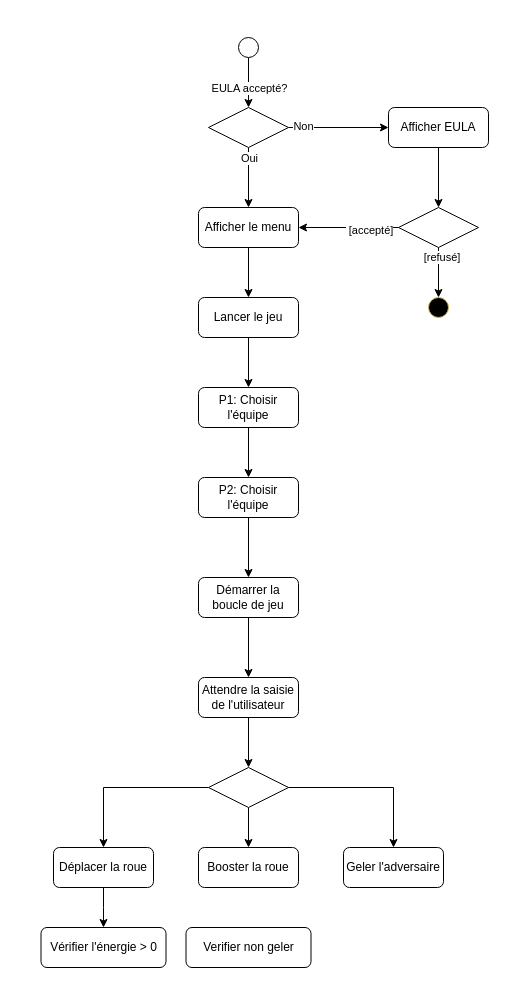
This is GameLoopActivityDiagram.drawio from nsy115-11404f/modelisation, a draw.io file, before an edit. Source tidied: cells renumbered, new cells numbered last; positions are measured from the earlier drawing's top-left corner, leaving out a move shared by most shapes. Both pictures are drawn from the tidied source at 100%, with x=0, y=0 at pixel (40, 37).
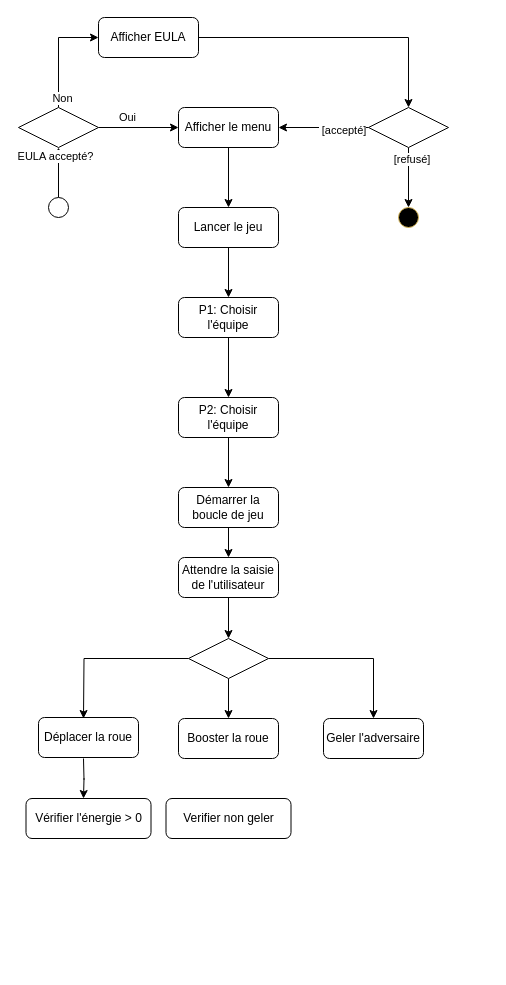
The same page after the edit.

The edit, as a diff of the source:
```diff
@@
     <mxCell id="4" style="ellipse;whiteSpace=wrap;html=1;" parent="1" vertex="1">
-      <mxGeometry x="198" width="20" height="20" as="geometry" />
+      <mxGeometry x="8" y="160" width="20" height="20" as="geometry" />
     </mxCell>
@@
     <mxCell id="9" style="rhombus;whiteSpace=wrap;html=1;" parent="1" vertex="1">
-      <mxGeometry x="168" y="70" width="80" height="40" as="geometry" />
+      <mxGeometry x="-22" y="70" width="80" height="40" as="geometry" />
     </mxCell>
@@
     <mxCell id="11" value="Afficher EULA" style="rounded=1;whiteSpace=wrap;html=1;" parent="1" vertex="1">
-      <mxGeometry x="348" y="70" width="100" height="40" as="geometry" />
+      <mxGeometry x="58" y="-20" width="100" height="40" as="geometry" />
     </mxCell>
@@
     <mxCell id="16" style="rhombus;whiteSpace=wrap;html=1;" parent="1" vertex="1">
-      <mxGeometry x="358" y="170" width="80" height="40" as="geometry" />
+      <mxGeometry x="328" y="70" width="80" height="40" as="geometry" />
     </mxCell>
     <mxCell id="17" style="ellipse;whiteSpace=wrap;html=1;fillColor=#000000;strokeColor=#d6b656;" parent="1" vertex="1">
-      <mxGeometry x="388" y="260" width="20" height="20" as="geometry" />
+      <mxGeometry x="358" y="170" width="20" height="20" as="geometry" />
     </mxCell>
@@
     <mxCell id="19" value="Afficher le menu" style="rounded=1;whiteSpace=wrap;html=1;" parent="1" vertex="1">
-      <mxGeometry x="158" y="170" width="100" height="40" as="geometry" />
+      <mxGeometry x="138" y="70" width="100" height="40" as="geometry" />
     </mxCell>
@@
     <mxCell id="21" value="Lancer le jeu" style="rounded=1;whiteSpace=wrap;html=1;" parent="1" vertex="1">
-      <mxGeometry x="158" y="260" width="100" height="40" as="geometry" />
+      <mxGeometry x="138" y="170" width="100" height="40" as="geometry" />
     </mxCell>
@@
     <mxCell id="23" value="P1: C&lt;font&gt;hoisir l'&lt;span style=&quot;text-wrap-mode: nowrap; background-color: rgb(255, 255, 255);&quot;&gt;équipe&lt;/span&gt;&lt;/font&gt;" style="rounded=1;whiteSpace=wrap;html=1;" parent="1" vertex="1">
-      <mxGeometry x="158" y="350" width="100" height="40" as="geometry" />
+      <mxGeometry x="138" y="260" width="100" height="40" as="geometry" />
     </mxCell>
@@
     <mxCell id="25" value="P2: C&lt;font&gt;hoisir l'&lt;span style=&quot;text-wrap-mode: nowrap; background-color: rgb(255, 255, 255);&quot;&gt;équipe&lt;/span&gt;&lt;/font&gt;" style="rounded=1;whiteSpace=wrap;html=1;" parent="1" vertex="1">
-      <mxGeometry x="158" y="440" width="100" height="40" as="geometry" />
+      <mxGeometry x="138" y="360" width="100" height="40" as="geometry" />
     </mxCell>
@@
     <mxCell id="27" value="Démarrer la boucle de jeu" style="rounded=1;whiteSpace=wrap;html=1;" parent="1" vertex="1">
-      <mxGeometry x="158" y="540" width="100" height="40" as="geometry" />
+      <mxGeometry x="138" y="450" width="100" height="40" as="geometry" />
     </mxCell>
@@
     <mxCell id="29" value="Attendre la saisie de l'utilisateur" style="rounded=1;whiteSpace=wrap;html=1;" parent="1" vertex="1">
-      <mxGeometry x="158" y="640" width="100" height="40" as="geometry" />
+      <mxGeometry x="138" y="520" width="100" height="40" as="geometry" />
     </mxCell>
@@
-    <mxCell id="31" style="edgeStyle=orthogonalEdgeStyle;rounded=0;jettySize=auto;html=1;entryX=0.5;entryY=0;entryDx=0;entryDy=0;" parent="1" edge="1" source="33" target="35">
-      <mxGeometry relative="1" as="geometry" />
+    <mxCell id="31" style="edgeStyle=orthogonalEdgeStyle;rounded=0;jettySize=auto;html=1;entryX=0.5;entryY=0;entryDx=0;entryDy=0;" parent="1" edge="1" source="33">
+      <mxGeometry relative="1" as="geometry">
+        <mxPoint x="43" y="681" as="targetPoint" />
+      </mxGeometry>
     </mxCell>
@@
     <mxCell id="33" style="rhombus;whiteSpace=wrap;html=1;" parent="1" vertex="1">
-      <mxGeometry x="168" y="730" width="80" height="40" as="geometry" />
+      <mxGeometry x="148" y="601" width="80" height="40" as="geometry" />
     </mxCell>
-    <mxCell id="34" style="edgeStyle=orthogonalEdgeStyle;rounded=0;jettySize=auto;html=1;" parent="1" edge="1" source="35">
+    <mxCell id="34" style="edgeStyle=orthogonalEdgeStyle;rounded=0;orthogonalLoop=1;jettySize=auto;html=1;" parent="1" edge="1">
       <mxGeometry relative="1" as="geometry">
-        <mxPoint x="63" y="890" as="targetPoint" />
+        <mxPoint x="43" y="721" as="sourcePoint" />
+        <mxPoint x="43" y="761" as="targetPoint" />
       </mxGeometry>
     </mxCell>
     <mxCell id="35" value="&lt;div&gt;Déplacer la roue&lt;/div&gt;" style="rounded=1;whiteSpace=wrap;html=1;" parent="1" vertex="1">
-      <mxGeometry x="13" y="810" width="100" height="40" as="geometry" />
+      <mxGeometry x="-2" y="680" width="100" height="40" as="geometry" />
     </mxCell>
     <mxCell id="36" value="&lt;div&gt;Booster la roue&lt;/div&gt;" style="rounded=1;whiteSpace=wrap;html=1;" parent="1" vertex="1">
-      <mxGeometry x="158" y="810" width="100" height="40" as="geometry" />
+      <mxGeometry x="138" y="681" width="100" height="40" as="geometry" />
     </mxCell>
     <mxCell id="37" value="&lt;div&gt;&lt;span style=&quot;background-color: transparent; color: light-dark(rgb(0, 0, 0), rgb(255, 255, 255));&quot;&gt;Geler l'adversaire&lt;/span&gt;&lt;/div&gt;" style="rounded=1;whiteSpace=wrap;html=1;" parent="1" vertex="1">
-      <mxGeometry x="303" y="810" width="100" height="40" as="geometry" />
+      <mxGeometry x="283" y="681" width="100" height="40" as="geometry" />
     </mxCell>
     <mxCell id="38" value="&lt;div&gt;Vérifier l'énergie &amp;gt; 0&lt;/div&gt;" style="rounded=1;whiteSpace=wrap;html=1;" parent="1" vertex="1">
-      <mxGeometry x="0.5" y="890" width="125" height="40" as="geometry" />
+      <mxGeometry x="-14.5" y="761" width="125" height="40" as="geometry" />
     </mxCell>
     <mxCell id="39" value="&lt;div&gt;Verifier non geler&lt;/div&gt;" style="rounded=1;whiteSpace=wrap;html=1;" parent="1" vertex="1">
-      <mxGeometry x="145.5" y="890" width="125" height="40" as="geometry" />
+      <mxGeometry x="125.5" y="761" width="125" height="40" as="geometry" />
     </mxCell>
```
